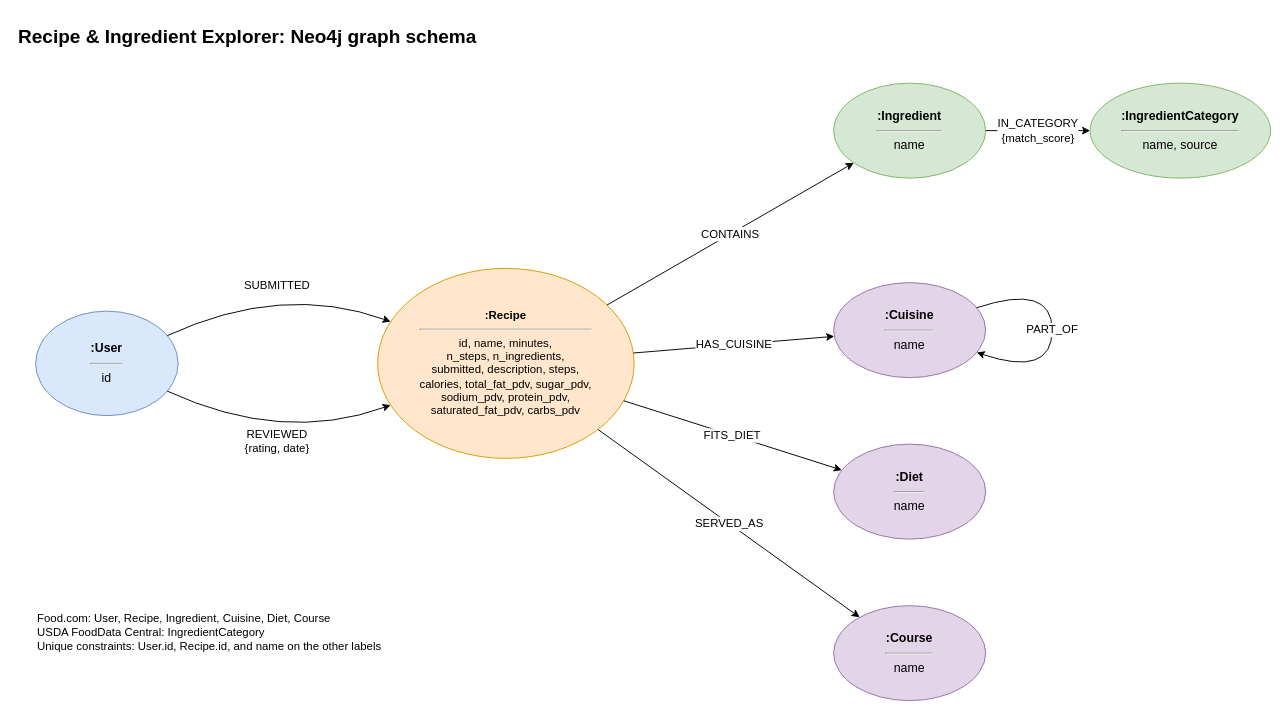
This is docs/diagrams/graph_schema.drawio from oceanetanios/recipes-graph, a draw.io file, before an edit. Source tidied: cells renumbered, new cells numbered last; positions are measured from the earlier drawing's top-left corner, leaving out a move shared by most shapes. Both pictures are drawn from the tidied source at 95%, with x=0, y=0 at pixel (16, 16).
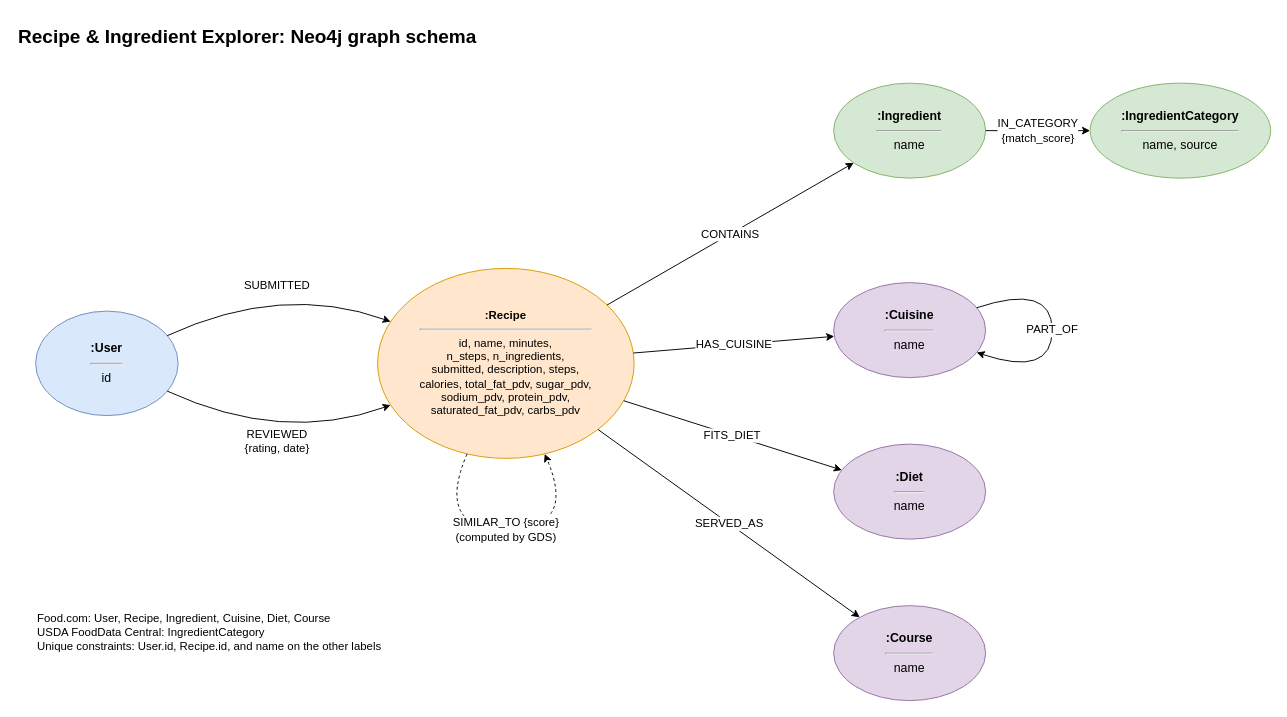
The same diagram, later.

Commit message (it also covers changes not shown here):
docs: complete README, architecture diagram, anti-genericity appendix and agent evaluation

Unchanged cells that the change refers to:
```xml
<mxCell id="4" value="&lt;b&gt;:Recipe&lt;/b&gt;&lt;hr&gt;id, name, minutes,&lt;br&gt;n_steps, n_ingredients,&lt;br&gt;submitted, description, steps,&lt;br&gt;calories, total_fat_pdv, sugar_pdv,&lt;br&gt;sodium_pdv, protein_pdv,&lt;br&gt;saturated_fat_pdv, carbs_pdv" style="ellipse;whiteSpace=wrap;html=1;fillColor=#ffe6cc;strokeColor=#d79b00;fontSize=12;" parent="1" vertex="1">
  <mxGeometry x="380" y="265" width="270" height="200" as="geometry" />
</mxCell>
```

The edit, as a diff of the source:
```diff
@@
+    <mxCell id="19" value="SIMILAR_TO {score}&lt;br&gt;(computed by GDS)" style="endArrow=classic;html=1;fontSize=12;curved=1;dashed=1;" parent="1" edge="1" source="4" target="4">
+      <mxGeometry relative="1" as="geometry">
+        <Array as="points">
+          <mxPoint x="440" y="540" />
+          <mxPoint x="590" y="540" />
+        </Array>
+      </mxGeometry>
+    </mxCell>
```
